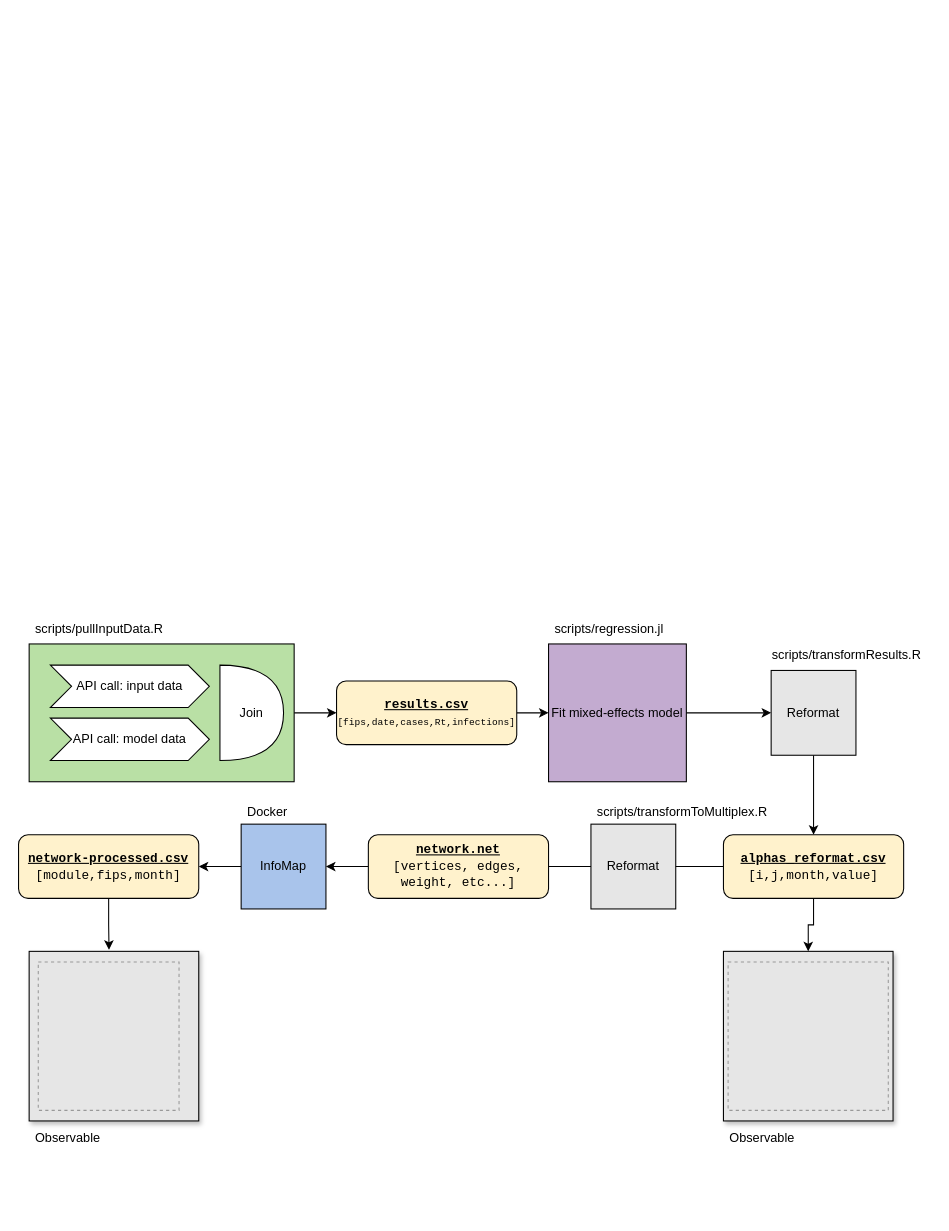
Before: img/diagram.drawio in covidestim/waves, a draw.io diagram. Source tidied: cells renumbered, new cells numbered last; positions are measured from the earlier drawing's top-left corner, leaving out a move shared by most shapes. Both pictures are drawn from the tidied source at 106%, with x=0, y=0 at pixel (18, 612). Pictures stored in the file or linked from it are replaced by grey dashed boxes.
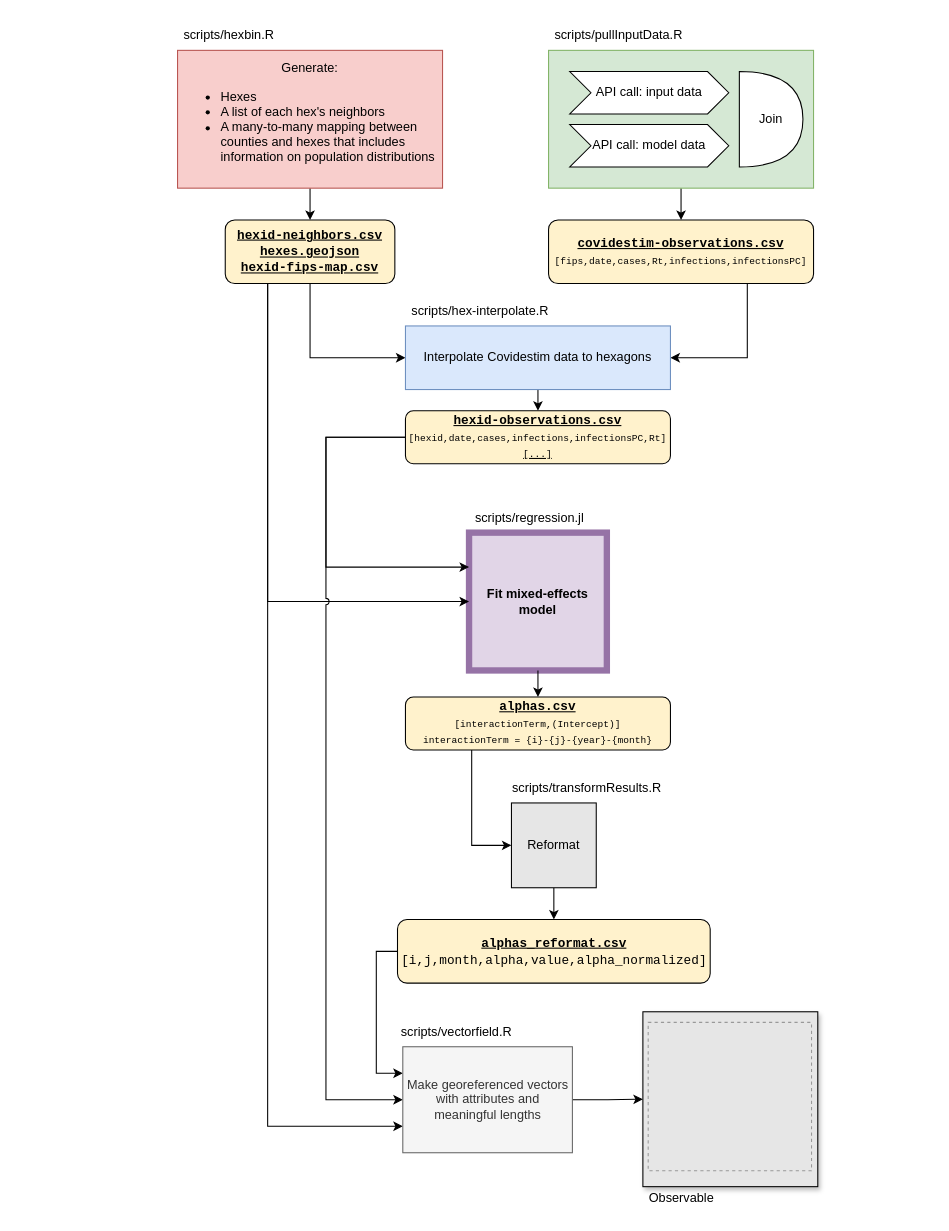
After the change.

Diff of the diagram source:
```diff
@@
     <mxCell id="2" style="whiteSpace=wrap;html=1;shadow=1;fontFamily=Courier New;fontSize=9;strokeColor=#000000;fillColor=#E6E6E6;" parent="1" vertex="1">
-      <mxGeometry x="665" y="320" width="160" height="160" as="geometry" />
+      <mxGeometry x="589" y="377" width="165" height="165" as="geometry" />
     </mxCell>
-    <mxCell id="3" style="whiteSpace=wrap;html=1;shadow=1;fontFamily=Courier New;fontSize=9;strokeColor=#000000;fillColor=#E6E6E6;" parent="1" vertex="1">
-      <mxGeometry x="10" y="320" width="160" height="160" as="geometry" />
-    </mxCell>
-    <mxCell id="4" style="edgeStyle=orthogonalEdgeStyle;rounded=0;jettySize=auto;html=1;exitX=1;exitY=0.5;exitDx=0;exitDy=0;entryX=0;entryY=0.5;entryDx=0;entryDy=0;" parent="1" edge="1" source="5" target="11">
+    <mxCell id="4" style="edgeStyle=orthogonalEdgeStyle;rounded=0;jettySize=auto;html=1;exitX=0.5;exitY=1;exitDx=0;exitDy=0;entryX=0.5;entryY=0;entryDx=0;entryDy=0;" parent="1" edge="1" source="5" target="11">
       <mxGeometry relative="1" as="geometry" />
     </mxCell>
-    <mxCell id="5" style="rounded=0;whiteSpace=wrap;html=1;fillColor=#B9E0A5;" parent="1" vertex="1">
-      <mxGeometry x="10" y="30" width="250" height="130" as="geometry" />
+    <mxCell id="5" style="rounded=0;whiteSpace=wrap;html=1;fillColor=#d5e8d4;strokeColor=#82b366;" parent="1" vertex="1">
+      <mxGeometry x="500" y="-530" width="250" height="130" as="geometry" />
     </mxCell>
     <mxCell id="6" value="API call: input data" style="shape=step;perimeter=stepPerimeter;whiteSpace=wrap;html=1;fixedSize=1;" parent="1" vertex="1">
-      <mxGeometry x="30" y="50" width="150" height="40" as="geometry" />
+      <mxGeometry x="520" y="-510" width="150" height="40" as="geometry" />
     </mxCell>
     <mxCell id="7" value="API call: model data" style="shape=step;perimeter=stepPerimeter;whiteSpace=wrap;html=1;fixedSize=1;" parent="1" vertex="1">
-      <mxGeometry x="30" y="100" width="150" height="40" as="geometry" />
+      <mxGeometry x="520" y="-460" width="150" height="40" as="geometry" />
     </mxCell>
     <mxCell id="8" value="Join" style="shape=or;whiteSpace=wrap;html=1;" parent="1" vertex="1">
-      <mxGeometry x="190" y="50" width="60" height="90" as="geometry" />
+      <mxGeometry x="680" y="-510" width="60" height="90" as="geometry" />
     </mxCell>
     <mxCell id="9" value="scripts/pullInputData.R" style="text;strokeColor=none;fillColor=none;align=left;verticalAlign=middle;spacingLeft=4;spacingRight=4;overflow=hidden;" parent="1" vertex="1">
-      <mxGeometry x="10" width="130" height="30" as="geometry" />
+      <mxGeometry x="500" y="-560" width="130" height="30" as="geometry" />
     </mxCell>
-    <mxCell id="10" style="edgeStyle=orthogonalEdgeStyle;rounded=0;jettySize=auto;html=1;" parent="1" edge="1" source="11" target="13">
-      <mxGeometry relative="1" as="geometry" />
-    </mxCell>
+    <mxCell id="36" style="edgeStyle=orthogonalEdgeStyle;rounded=0;jettySize=auto;html=1;exitX=0.75;exitY=1;exitDx=0;exitDy=0;entryX=1;entryY=0.5;entryDx=0;entryDy=0;" parent="1" edge="1" source="11" target="46">
+      <mxGeometry relative="1" as="geometry" />
+    </mxCell>
-    <mxCell id="11" value="&lt;div&gt;&lt;font face=&quot;Courier New&quot;&gt;&lt;b&gt;&lt;u&gt;results.csv &lt;/u&gt;&lt;/b&gt;&lt;br&gt;&lt;/font&gt;&lt;/div&gt;&lt;div&gt;&lt;font style=&quot;font-size: 9px&quot; face=&quot;Courier New&quot;&gt;[fips,date,cases,Rt,infections]&lt;/font&gt;&lt;/div&gt;" style="rounded=1;whiteSpace=wrap;html=1;strokeColor=#000000;fillColor=#FFF2CC;" parent="1" vertex="1">
-      <mxGeometry x="300" y="65" width="170" height="60" as="geometry" />
+    <mxCell id="11" value="&lt;div&gt;&lt;font face=&quot;Courier New&quot;&gt;&lt;b&gt;&lt;u&gt;covidestim-observations.csv &lt;/u&gt;&lt;/b&gt;&lt;br&gt;&lt;/font&gt;&lt;/div&gt;&lt;div&gt;&lt;font style=&quot;font-size: 9px&quot; face=&quot;Courier New&quot;&gt;[fips,date,cases,Rt,infections,infectionsPC]&lt;/font&gt;&lt;/div&gt;" style="rounded=1;whiteSpace=wrap;html=1;strokeColor=#000000;fillColor=#FFF2CC;" parent="1" vertex="1">
+      <mxGeometry x="500" y="-370" width="250" height="60" as="geometry" />
     </mxCell>
-    <mxCell id="12" style="group;" parent="1" vertex="1">
-      <mxGeometry x="500" width="130" height="160" as="geometry" />
+    <mxCell id="12" style="group;fontStyle=1;" parent="1" vertex="1">
+      <mxGeometry x="425" y="-105" width="130" height="160" as="geometry" />
     </mxCell>
-    <mxCell id="13" value="Fit mixed-effects model" style="whiteSpace=wrap;html=1;fillColor=#C3ABD0;" parent="12" vertex="1">
+    <mxCell id="13" value="&lt;b&gt;Fit mixed-effects model&lt;/b&gt;" style="whiteSpace=wrap;html=1;fillColor=#e1d5e7;strokeColor=#9673a6;strokeWidth=6;" parent="12" vertex="1">
       <mxGeometry y="30" width="130" height="130" as="geometry" />
     </mxCell>
@@
-    <mxCell id="15" style="edgeStyle=orthogonalEdgeStyle;rounded=0;jettySize=auto;html=1;" parent="1" edge="1" source="16" target="21">
+    <mxCell id="15" style="edgeStyle=orthogonalEdgeStyle;rounded=0;jettySize=auto;html=1;exitX=0.5;exitY=1;exitDx=0;exitDy=0;entryX=0.5;entryY=0;entryDx=0;entryDy=0;" parent="1" edge="1" source="16" target="21">
       <mxGeometry relative="1" as="geometry" />
     </mxCell>
     <mxCell id="16" value="Reformat" style="whiteSpace=wrap;html=1;strokeColor=#000000;fillColor=#E6E6E6;" parent="1" vertex="1">
-      <mxGeometry x="710" y="55" width="80" height="80" as="geometry" />
+      <mxGeometry x="465" y="180" width="80" height="80" as="geometry" />
     </mxCell>
-    <mxCell id="17" style="edgeStyle=orthogonalEdgeStyle;rounded=0;jettySize=auto;html=1;" parent="1" edge="1" source="18" target="23">
-      <mxGeometry relative="1" as="geometry" />
-    </mxCell>
-    <mxCell id="18" value="InfoMap" style="whiteSpace=wrap;html=1;strokeColor=#000000;fillColor=#A9C4EB;" parent="1" vertex="1">
-      <mxGeometry x="210" y="200" width="80" height="80" as="geometry" />
-    </mxCell>
-    <mxCell id="19" style="edgeStyle=orthogonalEdgeStyle;rounded=0;jettySize=auto;html=1;startArrow=none;" parent="1" edge="1" source="30" target="18">
-      <mxGeometry relative="1" as="geometry" />
-    </mxCell>
-    <mxCell id="20" style="edgeStyle=orthogonalEdgeStyle;rounded=0;jettySize=auto;html=1;exitX=0.5;exitY=1;exitDx=0;exitDy=0;entryX=0.5;entryY=0;entryDx=0;entryDy=0;fontFamily=Courier New;fontSize=9;" parent="1" edge="1" source="21" target="2">
-      <mxGeometry relative="1" as="geometry" />
-    </mxCell>
+    <mxCell id="37" style="edgeStyle=orthogonalEdgeStyle;rounded=0;jettySize=auto;html=1;exitX=0;exitY=0.5;exitDx=0;exitDy=0;entryX=0;entryY=0.25;entryDx=0;entryDy=0;" parent="1" edge="1" source="21" target="57">
+      <mxGeometry relative="1" as="geometry" />
+    </mxCell>
-    <mxCell id="21" value="&lt;div&gt;&lt;b&gt;&lt;u&gt;&lt;font face=&quot;Courier New&quot;&gt;alphas_reformat.csv&lt;/font&gt;&lt;/u&gt;&lt;/b&gt;&lt;/div&gt;&lt;div&gt;&lt;font face=&quot;Courier New&quot;&gt;[i,j,month,value]&lt;br&gt;&lt;/font&gt;&lt;/div&gt;" style="rounded=1;whiteSpace=wrap;html=1;strokeColor=#000000;fillColor=#FFF2CC;" parent="1" vertex="1">
-      <mxGeometry x="665" y="210" width="170" height="60" as="geometry" />
+    <mxCell id="21" value="&lt;div&gt;&lt;b&gt;&lt;u&gt;&lt;font face=&quot;Courier New&quot;&gt;alphas_reformat.csv&lt;/font&gt;&lt;/u&gt;&lt;/b&gt;&lt;/div&gt;&lt;div&gt;&lt;font face=&quot;Courier New&quot;&gt;[&lt;/font&gt;&lt;font face=&quot;Courier New&quot;&gt;i,j,month,alpha,value,alpha_normalized&lt;/font&gt;&lt;font face=&quot;Courier New&quot;&gt;]&lt;br&gt;&lt;/font&gt;&lt;/div&gt;" style="rounded=1;whiteSpace=wrap;html=1;strokeColor=#000000;fillColor=#FFF2CC;" parent="1" vertex="1">
+      <mxGeometry x="357.5" y="290" width="295" height="60" as="geometry" />
     </mxCell>
-    <mxCell id="22" style="edgeStyle=orthogonalEdgeStyle;rounded=0;jettySize=auto;html=1;exitX=0.5;exitY=1;exitDx=0;exitDy=0;entryX=0.471;entryY=-0.009;entryDx=0;entryDy=0;entryPerimeter=0;fontFamily=Courier New;fontSize=9;" parent="1" edge="1" source="23" target="3">
-      <mxGeometry relative="1" as="geometry" />
-    </mxCell>
-    <mxCell id="23" value="&lt;div&gt;&lt;b&gt;&lt;u&gt;&lt;font face=&quot;Courier New&quot;&gt;network-processed.csv&lt;/font&gt;&lt;/u&gt;&lt;/b&gt;&lt;/div&gt;&lt;div&gt;&lt;font face=&quot;Courier New&quot;&gt;[module,fips,month]&lt;br&gt;&lt;/font&gt;&lt;/div&gt;" style="rounded=1;whiteSpace=wrap;html=1;strokeColor=#000000;fillColor=#FFF2CC;" parent="1" vertex="1">
-      <mxGeometry y="210" width="170" height="60" as="geometry" />
-    </mxCell>
-    <mxCell id="24" style="edgeStyle=orthogonalEdgeStyle;rounded=0;jettySize=auto;html=1;" parent="1" edge="1" source="13" target="16">
-      <mxGeometry relative="1" as="geometry" />
-    </mxCell>
-    <mxCell id="25" value="Docker" style="text;strokeColor=none;fillColor=none;align=left;verticalAlign=middle;spacingLeft=4;spacingRight=4;overflow=hidden;" parent="1" vertex="1">
-      <mxGeometry x="210" y="173" width="130" height="30" as="geometry" />
-    </mxCell>
-    <mxCell id="26" style="fillColor=#E6E6E6;strokeColor=#999999;dashed=1;verticalLabelPosition=bottom;labelBackgroundColor=default;verticalAlign=top;" parent="1" vertex="1">
-      <mxGeometry x="669.4" y="330" width="151.1" height="140" as="geometry" />
-    </mxCell>
-    <mxCell id="27" style="fillColor=#E6E6E6;strokeColor=#999999;dashed=1;verticalLabelPosition=bottom;labelBackgroundColor=default;verticalAlign=top;" parent="1" vertex="1">
-      <mxGeometry x="18.6" y="330" width="132.8" height="140" as="geometry" />
-    </mxCell>
-    <mxCell id="28" value="Reformat" style="whiteSpace=wrap;html=1;strokeColor=#000000;fillColor=#E6E6E6;" parent="1" vertex="1">
-      <mxGeometry x="540" y="200" width="80" height="80" as="geometry" />
-    </mxCell>
-    <mxCell id="29" style="edgeStyle=orthogonalEdgeStyle;rounded=0;jettySize=auto;html=1;endArrow=none;" parent="1" edge="1" source="21" target="28">
-      <mxGeometry relative="1" as="geometry" />
-    </mxCell>
-    <mxCell id="30" value="&lt;div&gt;&lt;b&gt;&lt;u&gt;&lt;font face=&quot;Courier New&quot;&gt;network.net&lt;/font&gt;&lt;/u&gt;&lt;/b&gt;&lt;/div&gt;&lt;div&gt;&lt;font face=&quot;Courier New&quot;&gt;[vertices, edges, weight, etc...]&lt;br&gt;&lt;/font&gt;&lt;/div&gt;" style="rounded=1;whiteSpace=wrap;html=1;strokeColor=#000000;fillColor=#FFF2CC;" parent="1" vertex="1">
-      <mxGeometry x="330" y="210" width="170" height="60" as="geometry" />
-    </mxCell>
-    <mxCell id="31" style="edgeStyle=orthogonalEdgeStyle;rounded=0;jettySize=auto;html=1;startArrow=none;endArrow=none;" parent="1" edge="1" source="28" target="30">
-      <mxGeometry relative="1" as="geometry" />
-    </mxCell>
     <mxCell id="32" value="scripts/transformResults.R" style="text;strokeColor=none;fillColor=none;align=left;verticalAlign=middle;spacingLeft=4;spacingRight=4;overflow=hidden;" parent="1" vertex="1">
-      <mxGeometry x="705" y="25" width="155" height="30" as="geometry" />
+      <mxGeometry x="460" y="150" width="155" height="30" as="geometry" />
     </mxCell>
-    <mxCell id="33" value="scripts/transformToMultiplex.R" style="text;strokeColor=none;fillColor=none;align=left;verticalAlign=middle;spacingLeft=4;spacingRight=4;overflow=hidden;" parent="1" vertex="1">
-      <mxGeometry x="540" y="173" width="180" height="30" as="geometry" />
-    </mxCell>
-    <mxCell id="34" value="Observable" style="text;strokeColor=none;fillColor=none;align=left;verticalAlign=middle;spacingLeft=4;spacingRight=4;overflow=hidden;" parent="1" vertex="1">
-      <mxGeometry x="10" y="480" width="180" height="30" as="geometry" />
-    </mxCell>
     <mxCell id="35" value="Observable" style="text;strokeColor=none;fillColor=none;align=left;verticalAlign=middle;spacingLeft=4;spacingRight=4;overflow=hidden;" parent="1" vertex="1">
-      <mxGeometry x="665" y="480" width="180" height="30" as="geometry" />
+      <mxGeometry x="589" y="537" width="180" height="30" as="geometry" />
     </mxCell>
+    <mxCell id="38" style="edgeStyle=orthogonalEdgeStyle;rounded=0;jettySize=auto;html=1;exitX=0.5;exitY=1;exitDx=0;exitDy=0;entryX=0.5;entryY=0;entryDx=0;entryDy=0;" parent="1" edge="1" source="39" target="44">
+      <mxGeometry relative="1" as="geometry" />
+    </mxCell>
+    <mxCell id="39" value="Generate:&lt;br&gt;&lt;div style=&quot;&quot;&gt;&lt;ul&gt;&lt;li style=&quot;text-align: left;&quot;&gt;&lt;span style=&quot;background-color: initial;&quot;&gt;Hexes&lt;/span&gt;&lt;/li&gt;&lt;li style=&quot;text-align: left;&quot;&gt;&lt;span style=&quot;background-color: initial;&quot;&gt;A list of each hex's neighbors&lt;/span&gt;&lt;/li&gt;&lt;li style=&quot;text-align: left;&quot;&gt;&lt;span style=&quot;background-color: initial;&quot;&gt;A many-to-many mapping between counties and hexes that includes information on population distributions&lt;/span&gt;&lt;/li&gt;&lt;/ul&gt;&lt;/div&gt;" style="rounded=0;whiteSpace=wrap;html=1;fillColor=#f8cecc;strokeColor=#b85450;" parent="1" vertex="1">
+      <mxGeometry x="150" y="-530" width="250" height="130" as="geometry" />
+    </mxCell>
+    <mxCell id="40" value="scripts/hexbin.R" style="text;strokeColor=none;fillColor=none;align=left;verticalAlign=middle;spacingLeft=4;spacingRight=4;overflow=hidden;" parent="1" vertex="1">
+      <mxGeometry x="150" y="-560" width="130" height="30" as="geometry" />
+    </mxCell>
+    <mxCell id="41" style="edgeStyle=orthogonalEdgeStyle;rounded=0;jettySize=auto;html=1;exitX=0.5;exitY=1;exitDx=0;exitDy=0;entryX=0;entryY=0.5;entryDx=0;entryDy=0;" parent="1" edge="1" source="44" target="46">
+      <mxGeometry relative="1" as="geometry" />
+    </mxCell>
+    <mxCell id="42" style="edgeStyle=orthogonalEdgeStyle;rounded=0;jettySize=auto;html=1;exitX=0.25;exitY=1;exitDx=0;exitDy=0;entryX=0;entryY=0.5;entryDx=0;entryDy=0;" parent="1" edge="1" source="44" target="13">
+      <mxGeometry relative="1" as="geometry" />
+    </mxCell>
+    <mxCell id="43" style="edgeStyle=orthogonalEdgeStyle;rounded=0;jettySize=auto;html=1;exitX=0.25;exitY=1;exitDx=0;exitDy=0;entryX=0;entryY=0.75;entryDx=0;entryDy=0;" parent="1" edge="1" source="44" target="57">
+      <mxGeometry relative="1" as="geometry" />
+    </mxCell>
+    <mxCell id="44" value="&lt;div&gt;&lt;b style=&quot;font-family: &amp;quot;Courier New&amp;quot;; background-color: initial;&quot;&gt;&lt;u&gt;hexid-neighbors.csv&lt;/u&gt;&lt;/b&gt;&lt;br&gt;&lt;/div&gt;&lt;div&gt;&lt;font face=&quot;Courier New&quot;&gt;&lt;b&gt;&lt;u&gt;hexes.geojson&lt;/u&gt;&lt;/b&gt;&lt;/font&gt;&lt;/div&gt;&lt;div&gt;&lt;b style=&quot;border-color: var(--border-color); font-family: &amp;quot;Courier New&amp;quot;;&quot;&gt;&lt;u style=&quot;border-color: var(--border-color);&quot;&gt;hexid-fips-map.csv&lt;/u&gt;&lt;/b&gt;&lt;font face=&quot;Courier New&quot;&gt;&lt;b&gt;&lt;u&gt;&lt;br&gt;&lt;/u&gt;&lt;/b&gt;&lt;/font&gt;&lt;/div&gt;" style="rounded=1;whiteSpace=wrap;html=1;strokeColor=#000000;fillColor=#FFF2CC;" parent="1" vertex="1">
+      <mxGeometry x="195" y="-370" width="160" height="60" as="geometry" />
+    </mxCell>
+    <mxCell id="45" style="edgeStyle=orthogonalEdgeStyle;rounded=0;jettySize=auto;html=1;exitX=0.5;exitY=1;exitDx=0;exitDy=0;entryX=0.5;entryY=0;entryDx=0;entryDy=0;" parent="1" edge="1" source="46" target="50">
+      <mxGeometry relative="1" as="geometry" />
+    </mxCell>
+    <mxCell id="46" value="Interpolate Covidestim data to hexagons" style="rounded=0;whiteSpace=wrap;html=1;fillColor=#dae8fc;strokeColor=#6c8ebf;" parent="1" vertex="1">
+      <mxGeometry x="365" y="-270" width="250" height="60" as="geometry" />
+    </mxCell>
+    <mxCell id="47" value="scripts/hex-interpolate.R" style="text;strokeColor=none;fillColor=none;align=left;verticalAlign=middle;spacingLeft=4;spacingRight=4;overflow=hidden;" parent="1" vertex="1">
+      <mxGeometry x="365" y="-300" width="145" height="30" as="geometry" />
+    </mxCell>
+    <mxCell id="48" style="edgeStyle=orthogonalEdgeStyle;rounded=0;jettySize=auto;html=1;exitX=0;exitY=0.5;exitDx=0;exitDy=0;entryX=0;entryY=0.25;entryDx=0;entryDy=0;" parent="1" edge="1" source="50" target="13">
+      <mxGeometry relative="1" as="geometry">
+        <Array as="points">
+          <mxPoint x="290" y="-165" />
+          <mxPoint x="290" y="-42" />
+        </Array>
+      </mxGeometry>
+    </mxCell>
+    <mxCell id="49" style="edgeStyle=orthogonalEdgeStyle;rounded=0;jettySize=auto;html=1;exitX=0;exitY=0.5;exitDx=0;exitDy=0;entryX=0;entryY=0.5;entryDx=0;entryDy=0;jumpStyle=arc;" parent="1" edge="1" source="50" target="57">
+      <mxGeometry relative="1" as="geometry">
+        <Array as="points">
+          <mxPoint x="290" y="-165" />
+          <mxPoint x="290" y="460" />
+        </Array>
+      </mxGeometry>
+    </mxCell>
+    <mxCell id="50" value="&lt;font style=&quot;&quot; face=&quot;Courier New&quot;&gt;&lt;b style=&quot;text-decoration-line: underline;&quot;&gt;&lt;font style=&quot;font-size: 12px;&quot;&gt;hexid-observations.csv&lt;/font&gt;&lt;br&gt;&lt;/b&gt;&lt;font style=&quot;font-size: 9px;&quot;&gt;[hexid,date,cases,infections,infectionsPC,Rt]&lt;/font&gt;&lt;br&gt;&lt;u style=&quot;font-size: 9px;&quot;&gt;[...]&lt;/u&gt;&lt;br&gt;&lt;/font&gt;" style="rounded=1;whiteSpace=wrap;html=1;strokeColor=#000000;fillColor=#FFF2CC;" parent="1" vertex="1">
+      <mxGeometry x="365" y="-190" width="250" height="50" as="geometry" />
+    </mxCell>
+    <mxCell id="51" style="edgeStyle=orthogonalEdgeStyle;rounded=0;jettySize=auto;html=1;exitX=0.25;exitY=1;exitDx=0;exitDy=0;entryX=0;entryY=0.5;entryDx=0;entryDy=0;" parent="1" edge="1" source="52" target="16">
+      <mxGeometry relative="1" as="geometry" />
+    </mxCell>
+    <mxCell id="52" value="&lt;font style=&quot;&quot; face=&quot;Courier New&quot;&gt;&lt;b style=&quot;text-decoration-line: underline;&quot;&gt;&lt;font style=&quot;font-size: 12px;&quot;&gt;alphas.csv&lt;/font&gt;&lt;br&gt;&lt;/b&gt;&lt;font style=&quot;font-size: 9px;&quot;&gt;[interactionTerm,(Intercept)]&lt;/font&gt;&lt;br&gt;&lt;span style=&quot;font-size: 9px;&quot;&gt;interactionTerm = {i}-{j}-{year}-{month}&lt;/span&gt;&lt;br&gt;&lt;/font&gt;" style="rounded=1;whiteSpace=wrap;html=1;strokeColor=#000000;fillColor=#FFF2CC;" parent="1" vertex="1">
+      <mxGeometry x="365" y="80" width="250" height="50" as="geometry" />
+    </mxCell>
+    <mxCell id="53" style="edgeStyle=orthogonalEdgeStyle;rounded=0;jettySize=auto;html=1;exitX=0.5;exitY=1;exitDx=0;exitDy=0;entryX=0.5;entryY=0;entryDx=0;entryDy=0;" parent="1" edge="1" source="13" target="52">
+      <mxGeometry relative="1" as="geometry" />
+    </mxCell>
+    <mxCell id="54" style="fillColor=#E6E6E6;strokeColor=#999999;dashed=1;verticalLabelPosition=bottom;labelBackgroundColor=default;verticalAlign=top;" parent="1" vertex="1">
+      <mxGeometry x="594" y="387" width="154.1" height="140" as="geometry" />
+    </mxCell>
+    <mxCell id="55" value="scripts/vectorfield.R" style="text;strokeColor=none;fillColor=none;align=left;verticalAlign=middle;spacingLeft=4;spacingRight=4;overflow=hidden;" parent="1" vertex="1">
+      <mxGeometry x="355" y="380" width="155" height="30" as="geometry" />
+    </mxCell>
+    <mxCell id="56" style="edgeStyle=orthogonalEdgeStyle;rounded=0;jettySize=auto;html=1;exitX=1;exitY=0.5;exitDx=0;exitDy=0;entryX=0;entryY=0.5;entryDx=0;entryDy=0;" parent="1" edge="1" source="57" target="2">
+      <mxGeometry relative="1" as="geometry" />
+    </mxCell>
+    <mxCell id="57" value="Make georeferenced vectors with attributes and meaningful lengths" style="rounded=0;whiteSpace=wrap;html=1;fillColor=#f5f5f5;fontColor=#333333;strokeColor=#666666;" parent="1" vertex="1">
+      <mxGeometry x="362.5" y="410" width="160" height="100" as="geometry" />
+    </mxCell>
```
